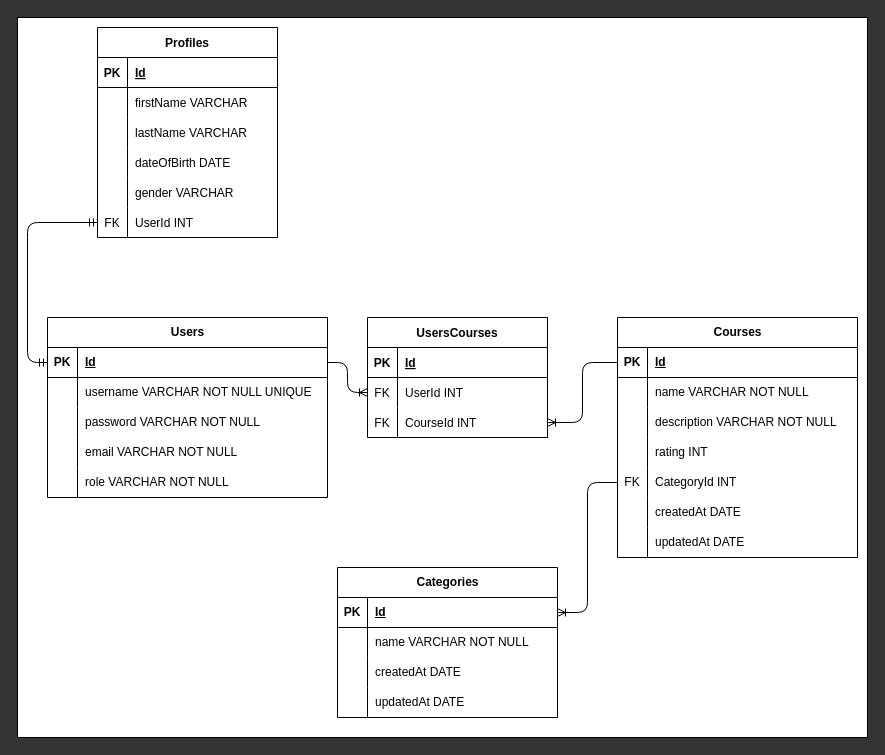
Before: Schema/edutech.drawio in mfaishal82/Pro-EduTech, a draw.io diagram. Source tidied: cells renumbered, new cells numbered last; positions are measured from the earlier drawing's top-left corner, leaving out a move shared by most shapes. Both pictures are drawn from the tidied source at 100%, with x=0, y=0 at pixel (17, 17).
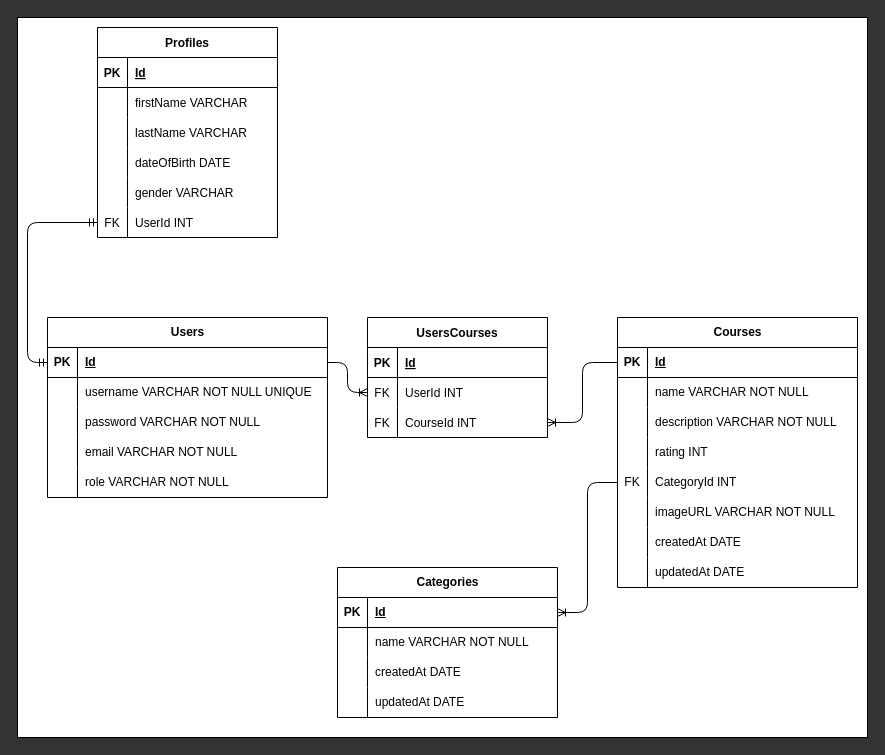
The same page after the edit.

Change to the diagram source:
```diff
@@
     <mxCell id="3" value="Courses" style="shape=table;startSize=30;childLayout=tableLayout;rowLines=0;fontStyle=1;align=center;html=1;" parent="1" vertex="1">
-      <mxGeometry x="600" y="300" width="240" height="240" as="geometry" />
+      <mxGeometry x="600" y="300" width="240" height="270" as="geometry" />
     </mxCell>
@@
+    <mxCell id="87" style="shape=tableRow;horizontal=0;startSize=0;swimlaneHead=0;swimlaneBody=0;fillColor=none;top=0;left=0;right=0;bottom=0;" parent="3" vertex="1">
+      <mxGeometry y="180" width="240" height="30" as="geometry" />
+    </mxCell>
+    <mxCell id="88" style="shape=partialRectangle;fillColor=none;top=0;left=0;bottom=0;right=0;overflow=hidden;whiteSpace=wrap;html=1;" parent="87" vertex="1">
+      <mxGeometry width="30" height="30" as="geometry" />
+    </mxCell>
+    <mxCell id="89" value="imageURL VARCHAR NOT NULL" style="shape=partialRectangle;fillColor=none;top=0;left=0;bottom=0;right=0;align=left;spacingLeft=6;overflow=hidden;whiteSpace=wrap;html=1;" parent="87" vertex="1">
+      <mxGeometry x="30" width="210" height="30" as="geometry" />
+    </mxCell>
     <mxCell id="19" style="shape=tableRow;horizontal=0;startSize=0;swimlaneHead=0;swimlaneBody=0;fillColor=none;top=0;left=0;right=0;bottom=0;" parent="3" vertex="1">
-      <mxGeometry y="180" width="240" height="30" as="geometry" />
+      <mxGeometry y="210" width="240" height="30" as="geometry" />
     </mxCell>
@@
     <mxCell id="22" style="shape=tableRow;horizontal=0;startSize=0;swimlaneHead=0;swimlaneBody=0;fillColor=none;top=0;left=0;right=0;bottom=0;" parent="3" vertex="1">
-      <mxGeometry y="210" width="240" height="30" as="geometry" />
+      <mxGeometry y="240" width="240" height="30" as="geometry" />
     </mxCell>
```
